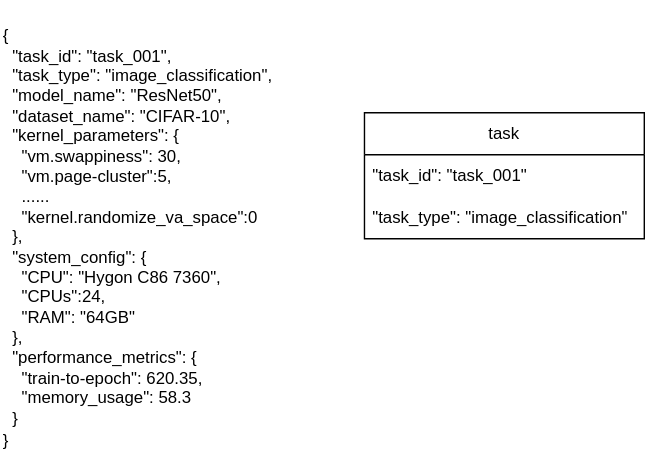
Earlier version of the draw.io export 数据集格式.svg (Dong-J93/_pictures). Source tidied: cells renumbered, new cells last; positions are measured from the earlier drawing's top-left corner, leaving out a move shared by most shapes.
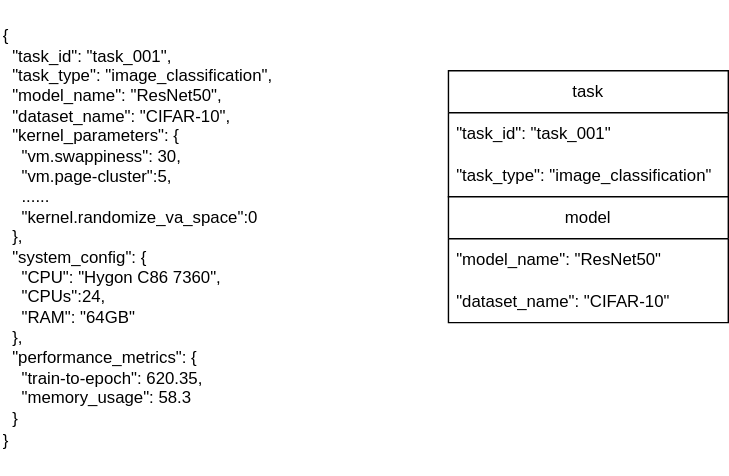
After the commit.

Commit message:
更新数据集格式.svg

What changed in the source:
```diff
@@ -6,7 +6,7 @@
       <mxGeometry width="260" height="340" as="geometry" />
     </mxCell>
     <mxCell id="3" value="task" style="swimlane;fontStyle=0;horizontal=1;startSize=30;whiteSpace=wrap;html=1;" parent="1" vertex="1">
-      <mxGeometry x="260" y="80" width="200" height="90" as="geometry" />
+      <mxGeometry x="320" y="50" width="200" height="90" as="geometry" />
     </mxCell>
     <mxCell id="4" value="&lt;div&gt;&quot;task_id&quot;: &quot;task_001&quot;&lt;/div&gt;" style="text;strokeColor=none;fillColor=none;align=left;verticalAlign=middle;spacingLeft=4;spacingRight=4;overflow=hidden;whiteSpace=wrap;html=1;" parent="3" vertex="1">
       <mxGeometry y="30" width="200" height="30" as="geometry" />
@@ -14,5 +14,14 @@
     <mxCell id="5" value="&quot;task_type&quot;: &quot;image_classification&quot;" style="text;strokeColor=none;fillColor=none;align=left;verticalAlign=middle;spacingLeft=4;spacingRight=4;overflow=hidden;whiteSpace=wrap;html=1;" parent="3" vertex="1">
       <mxGeometry y="60" width="200" height="30" as="geometry" />
     </mxCell>
+    <mxCell id="6" value="model" style="swimlane;fontStyle=0;horizontal=1;startSize=30;whiteSpace=wrap;html=1;" parent="1" vertex="1">
+      <mxGeometry x="320" y="140" width="200" height="90" as="geometry" />
+    </mxCell>
+    <mxCell id="7" value="&lt;div&gt;&quot;model_name&quot;: &quot;ResNet50&quot;&lt;/div&gt;" style="text;strokeColor=none;fillColor=none;align=left;verticalAlign=middle;spacingLeft=4;spacingRight=4;overflow=hidden;whiteSpace=wrap;html=1;" parent="6" vertex="1">
+      <mxGeometry y="30" width="200" height="30" as="geometry" />
+    </mxCell>
+    <mxCell id="8" value="&lt;div&gt;&lt;span style=&quot;background-color: transparent; color: light-dark(rgb(0, 0, 0), rgb(255, 255, 255));&quot;&gt;&quot;dataset_name&quot;: &quot;CIFAR-10&quot;&lt;/span&gt;&lt;/div&gt;" style="text;strokeColor=none;fillColor=none;align=left;verticalAlign=middle;spacingLeft=4;spacingRight=4;overflow=hidden;whiteSpace=wrap;html=1;" parent="6" vertex="1">
+      <mxGeometry y="60" width="200" height="30" as="geometry" />
+    </mxCell>
   </root>
 </mxGraphModel>
```
